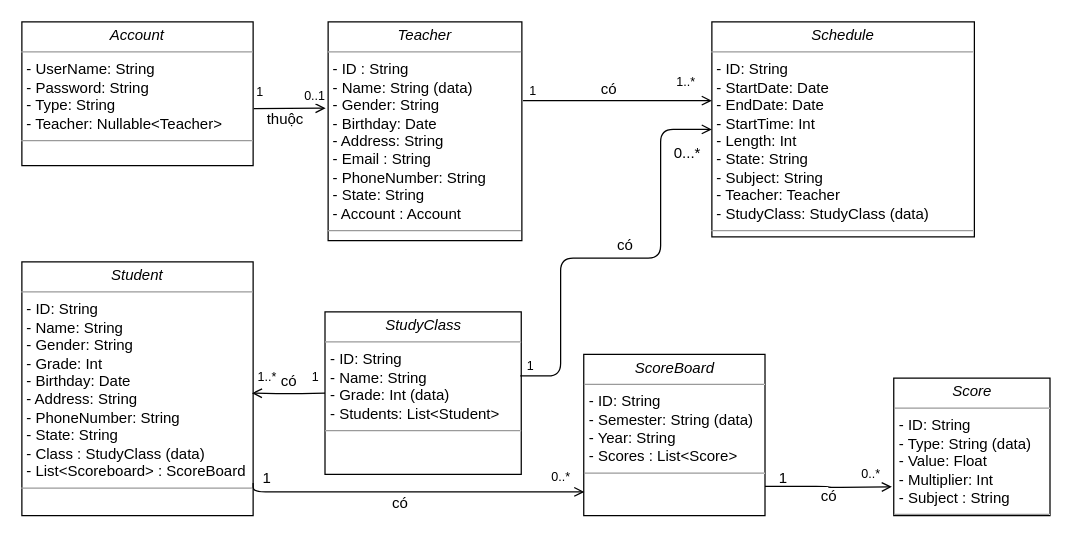
lydongcanh/DO-AN-CONG-NGHE-MOI keeps this draw.io diagram as Docs/Class Diagram.drawio. Above is the earlier version. Source tidied: cells renumbered, new cells numbered last; positions are measured from the earlier drawing's top-left corner, leaving out a move shared by most shapes. Both pictures are drawn from the tidied source at 125%, with x=0, y=0 at pixel (21, 21).
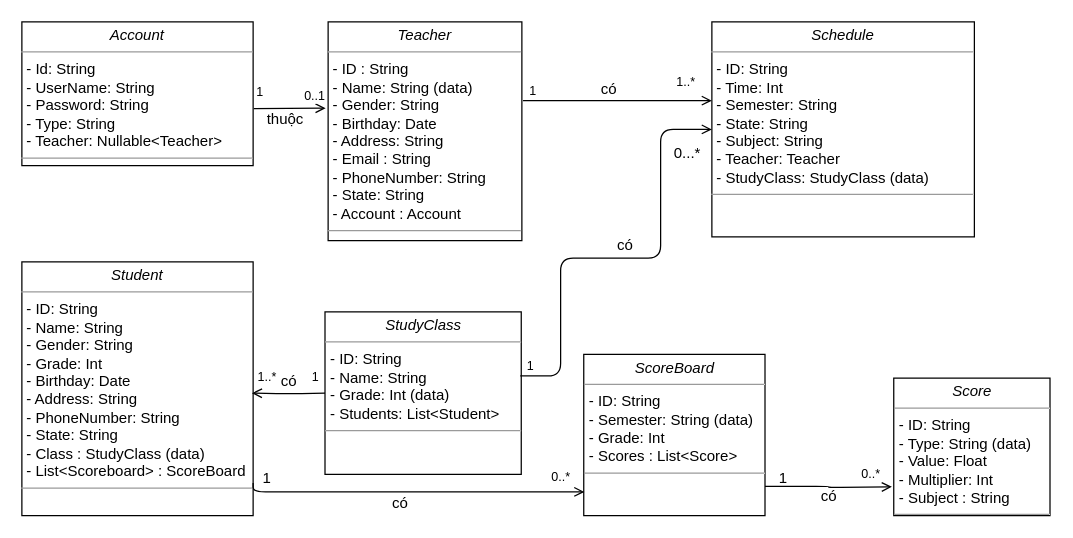
Above is the later version.

Commit message:
[Doc] Update class diagram.

Change to the diagram source:
```diff
@@
-    <mxCell id="2" value="&lt;p style=&quot;margin: 0px ; margin-top: 4px ; text-align: center&quot;&gt;&lt;i&gt;Account&lt;/i&gt;&lt;/p&gt;&lt;hr size=&quot;1&quot;&gt;&lt;p style=&quot;margin: 0px ; margin-left: 4px&quot;&gt;&lt;span&gt;- UserName: String&lt;/span&gt;&lt;br&gt;&lt;/p&gt;&lt;p style=&quot;margin: 0px ; margin-left: 4px&quot;&gt;- Password: String&lt;/p&gt;&lt;p style=&quot;margin: 0px ; margin-left: 4px&quot;&gt;- Type: String&lt;/p&gt;&lt;p style=&quot;margin: 0px ; margin-left: 4px&quot;&gt;- Teacher: Nullable&amp;lt;Teacher&amp;gt;&lt;/p&gt;&lt;hr size=&quot;1&quot;&gt;&lt;p style=&quot;margin: 0px ; margin-left: 4px&quot;&gt;&lt;br&gt;&lt;br&gt;&lt;/p&gt;" style="verticalAlign=top;align=left;overflow=fill;fontSize=12;fontFamily=Helvetica;html=1;rounded=0;shadow=0;comic=0;labelBackgroundColor=none;strokeColor=#000000;strokeWidth=1;fillColor=#ffffff;" parent="1" vertex="1">
+    <mxCell id="2" value="&lt;p style=&quot;margin: 0px ; margin-top: 4px ; text-align: center&quot;&gt;&lt;i&gt;Account&lt;/i&gt;&lt;/p&gt;&lt;hr size=&quot;1&quot;&gt;&lt;p style=&quot;margin: 0px ; margin-left: 4px&quot;&gt;&lt;span&gt;- Id: String&lt;/span&gt;&lt;/p&gt;&lt;p style=&quot;margin: 0px ; margin-left: 4px&quot;&gt;&lt;span&gt;- UserName: String&lt;/span&gt;&lt;br&gt;&lt;/p&gt;&lt;p style=&quot;margin: 0px ; margin-left: 4px&quot;&gt;- Password: String&lt;/p&gt;&lt;p style=&quot;margin: 0px ; margin-left: 4px&quot;&gt;- Type: String&lt;/p&gt;&lt;p style=&quot;margin: 0px ; margin-left: 4px&quot;&gt;- Teacher: Nullable&amp;lt;Teacher&amp;gt;&lt;/p&gt;&lt;hr size=&quot;1&quot;&gt;&lt;p style=&quot;margin: 0px ; margin-left: 4px&quot;&gt;&lt;br&gt;&lt;br&gt;&lt;/p&gt;" style="verticalAlign=top;align=left;overflow=fill;fontSize=12;fontFamily=Helvetica;html=1;rounded=0;shadow=0;comic=0;labelBackgroundColor=none;strokeColor=#000000;strokeWidth=1;fillColor=#ffffff;" parent="1" vertex="1">
       <mxGeometry width="185" height="115" as="geometry" />
     </mxCell>
@@
-    <mxCell id="4" value="&lt;p style=&quot;margin: 0px ; margin-top: 4px ; text-align: center&quot;&gt;&lt;i&gt;Schedule&lt;/i&gt;&lt;/p&gt;&lt;hr size=&quot;1&quot;&gt;&lt;p style=&quot;margin: 0px ; margin-left: 4px&quot;&gt;- ID: String&lt;/p&gt;&lt;p style=&quot;margin: 0px ; margin-left: 4px&quot;&gt;- StartDate: Date&lt;/p&gt;&lt;p style=&quot;margin: 0px ; margin-left: 4px&quot;&gt;- EndDate: Date&lt;/p&gt;&lt;p style=&quot;margin: 0px ; margin-left: 4px&quot;&gt;- StartTime: Int&lt;/p&gt;&lt;p style=&quot;margin: 0px ; margin-left: 4px&quot;&gt;- Length: Int&lt;/p&gt;&lt;p style=&quot;margin: 0px ; margin-left: 4px&quot;&gt;- State: String&lt;/p&gt;&lt;p style=&quot;margin: 0px ; margin-left: 4px&quot;&gt;- Subject: String&lt;/p&gt;&lt;p style=&quot;margin: 0px ; margin-left: 4px&quot;&gt;- Teacher: Teacher&lt;/p&gt;&lt;p style=&quot;margin: 0px ; margin-left: 4px&quot;&gt;- StudyClass: StudyClass (data)&lt;/p&gt;&lt;hr size=&quot;1&quot;&gt;&lt;p style=&quot;margin: 0px ; margin-left: 4px&quot;&gt;&lt;br&gt;&lt;br&gt;&lt;/p&gt;" style="verticalAlign=top;align=left;overflow=fill;fontSize=12;fontFamily=Helvetica;html=1;rounded=0;shadow=0;comic=0;labelBackgroundColor=none;strokeColor=#000000;strokeWidth=1;fillColor=#ffffff;" parent="1" vertex="1">
+    <mxCell id="4" value="&lt;p style=&quot;margin: 0px ; margin-top: 4px ; text-align: center&quot;&gt;&lt;i&gt;Schedule&lt;/i&gt;&lt;/p&gt;&lt;hr size=&quot;1&quot;&gt;&lt;p style=&quot;margin: 0px ; margin-left: 4px&quot;&gt;- ID: String&lt;/p&gt;&lt;p style=&quot;margin: 0px ; margin-left: 4px&quot;&gt;&lt;span&gt;- Time: Int&lt;/span&gt;&lt;/p&gt;&lt;p style=&quot;margin: 0px ; margin-left: 4px&quot;&gt;&lt;span&gt;- Semester: String&lt;/span&gt;&lt;/p&gt;&lt;p style=&quot;margin: 0px ; margin-left: 4px&quot;&gt;- State: String&lt;/p&gt;&lt;p style=&quot;margin: 0px ; margin-left: 4px&quot;&gt;- Subject: String&lt;/p&gt;&lt;p style=&quot;margin: 0px ; margin-left: 4px&quot;&gt;- Teacher: Teacher&lt;/p&gt;&lt;p style=&quot;margin: 0px ; margin-left: 4px&quot;&gt;- StudyClass: StudyClass (data)&lt;/p&gt;&lt;hr size=&quot;1&quot;&gt;&lt;p style=&quot;margin: 0px ; margin-left: 4px&quot;&gt;&lt;br&gt;&lt;br&gt;&lt;/p&gt;" style="verticalAlign=top;align=left;overflow=fill;fontSize=12;fontFamily=Helvetica;html=1;rounded=0;shadow=0;comic=0;labelBackgroundColor=none;strokeColor=#000000;strokeWidth=1;fillColor=#ffffff;" parent="1" vertex="1">
       <mxGeometry x="552" width="210" height="172" as="geometry" />
     </mxCell>
-    <mxCell id="5" value="&lt;p style=&quot;margin: 0px ; margin-top: 4px ; text-align: center&quot;&gt;&lt;i&gt;ScoreBoard&lt;/i&gt;&lt;/p&gt;&lt;hr size=&quot;1&quot;&gt;&lt;p style=&quot;margin: 0px ; margin-left: 4px&quot;&gt;- ID: String&lt;/p&gt;&lt;p style=&quot;margin: 0px ; margin-left: 4px&quot;&gt;- Semester: String (data)&lt;/p&gt;&lt;p style=&quot;margin: 0px ; margin-left: 4px&quot;&gt;- Year: String&lt;/p&gt;&lt;p style=&quot;margin: 0px ; margin-left: 4px&quot;&gt;- Scores : List&amp;lt;Score&amp;gt;&lt;/p&gt;&lt;hr size=&quot;1&quot;&gt;&lt;p style=&quot;margin: 0px ; margin-left: 4px&quot;&gt;&lt;br&gt;&lt;br&gt;&lt;/p&gt;" style="verticalAlign=top;align=left;overflow=fill;fontSize=12;fontFamily=Helvetica;html=1;rounded=0;shadow=0;comic=0;labelBackgroundColor=none;strokeColor=#000000;strokeWidth=1;fillColor=#ffffff;" parent="1" vertex="1">
+    <mxCell id="5" value="&lt;p style=&quot;margin: 0px ; margin-top: 4px ; text-align: center&quot;&gt;&lt;i&gt;ScoreBoard&lt;/i&gt;&lt;/p&gt;&lt;hr size=&quot;1&quot;&gt;&lt;p style=&quot;margin: 0px ; margin-left: 4px&quot;&gt;- ID: String&lt;/p&gt;&lt;p style=&quot;margin: 0px ; margin-left: 4px&quot;&gt;- Semester: String (data)&lt;/p&gt;&lt;p style=&quot;margin: 0px ; margin-left: 4px&quot;&gt;- Grade: Int&lt;/p&gt;&lt;p style=&quot;margin: 0px ; margin-left: 4px&quot;&gt;- Scores : List&amp;lt;Score&amp;gt;&lt;/p&gt;&lt;hr size=&quot;1&quot;&gt;&lt;p style=&quot;margin: 0px ; margin-left: 4px&quot;&gt;&lt;br&gt;&lt;br&gt;&lt;/p&gt;" style="verticalAlign=top;align=left;overflow=fill;fontSize=12;fontFamily=Helvetica;html=1;rounded=0;shadow=0;comic=0;labelBackgroundColor=none;strokeColor=#000000;strokeWidth=1;fillColor=#ffffff;" parent="1" vertex="1">
       <mxGeometry x="449.5" y="266" width="145" height="129" as="geometry" />
     </mxCell>
```
